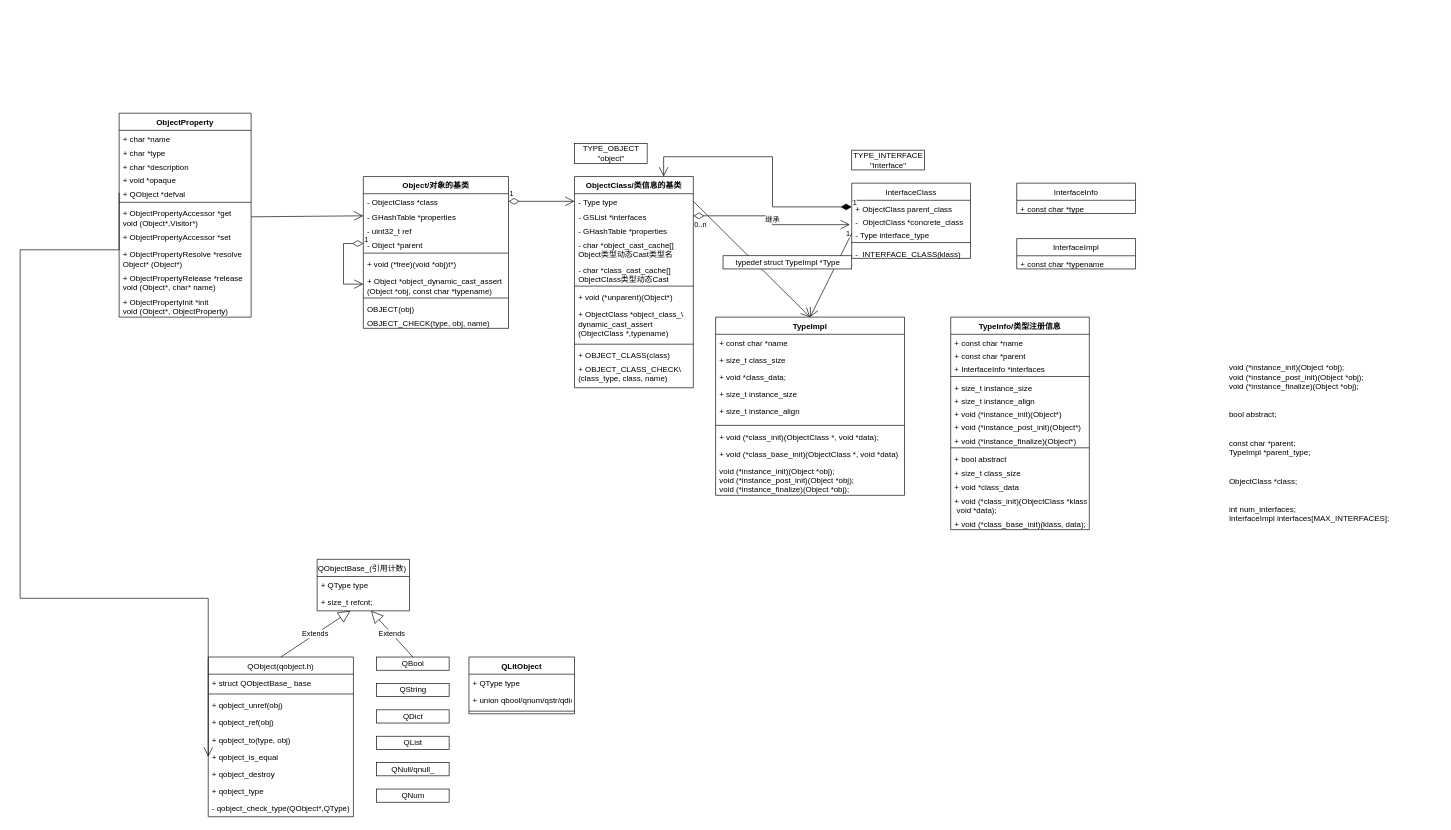
Above: QOM.drawio in youtubezou/A-thinking-in-linux (draw.io), before the change. Source tidied: cells renumbered, new cells numbered last; positions are measured from the earlier drawing's top-left corner, leaving out a move shared by most shapes. Both pictures are drawn from the tidied source at 66%, with x=0, y=0 at pixel (20, 113).
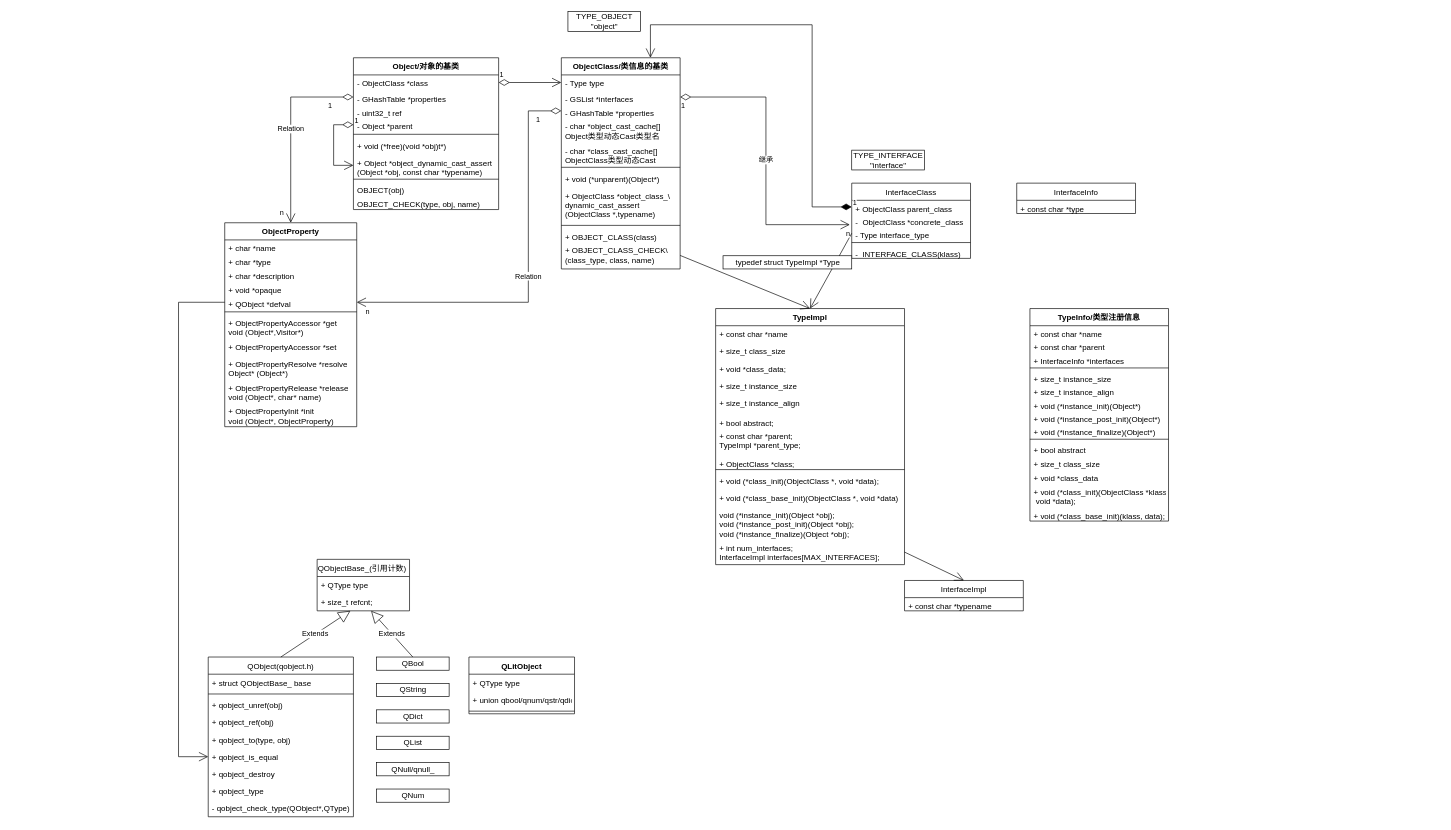
The same page after the edit.

Unchanged cells that the change refers to:
```xml
<mxCell id="3" value="+ ObjectClass parent_class" style="text;strokeColor=none;fillColor=none;align=left;verticalAlign=top;spacingLeft=4;spacingRight=4;overflow=hidden;points=[[0,0.5],[1,0.5]];portConstraint=eastwest;" parent="2" vertex="1">
  <mxGeometry y="26" width="180" height="20" as="geometry" />
</mxCell>
<mxCell id="41" value="+ QObject *defval" style="text;strokeColor=none;fillColor=none;align=left;verticalAlign=top;spacingLeft=4;spacingRight=4;overflow=hidden;points=[[0,0.5],[1,0.5]];portConstraint=eastwest;" parent="36" vertex="1">
  <mxGeometry y="110" width="200" height="21" as="geometry" />
</mxCell>
<mxCell id="43" value="+ ObjectPropertyAccessor *get&#10;void (Object*,Visitor*)" style="text;strokeColor=none;fillColor=none;align=left;verticalAlign=top;spacingLeft=4;spacingRight=4;overflow=hidden;points=[[0,0.5],[1,0.5]];portConstraint=eastwest;" parent="36" vertex="1">
  <mxGeometry y="139" width="200" height="36" as="geometry" />
</mxCell>
<mxCell id="54" value="+ qobject_is_equal" style="text;strokeColor=none;fillColor=none;align=left;verticalAlign=top;spacingLeft=4;spacingRight=4;overflow=hidden;points=[[0,0.5],[1,0.5]];portConstraint=eastwest;" parent="48" vertex="1">
  <mxGeometry y="138" width="220" height="26" as="geometry" />
</mxCell>
<mxCell id="75" value="- Type type" style="text;strokeColor=none;fillColor=none;align=left;verticalAlign=top;spacingLeft=4;spacingRight=4;overflow=hidden;points=[[0,0.5],[1,0.5]];portConstraint=eastwest;" parent="74" vertex="1">
  <mxGeometry y="26" width="180" height="23" as="geometry" />
</mxCell>
<mxCell id="77" value="- GHashTable *properties" style="text;strokeColor=none;fillColor=none;align=left;verticalAlign=top;spacingLeft=4;spacingRight=4;overflow=hidden;points=[[0,0.5],[1,0.5]];portConstraint=eastwest;" parent="74" vertex="1">
  <mxGeometry y="70" width="180" height="21" as="geometry" />
</mxCell>
<mxCell id="85" value="+ OBJECT_CLASS_CHECK\&#10;(class_type, class, name) " style="text;strokeColor=none;fillColor=none;align=left;verticalAlign=top;spacingLeft=4;spacingRight=4;overflow=hidden;points=[[0,0.5],[1,0.5]];portConstraint=eastwest;" parent="74" vertex="1">
  <mxGeometry y="279" width="180" height="41" as="geometry" />
</mxCell>
<mxCell id="88" value="- GHashTable *properties" style="text;strokeColor=none;fillColor=none;align=left;verticalAlign=top;spacingLeft=4;spacingRight=4;overflow=hidden;points=[[0,0.5],[1,0.5]];portConstraint=eastwest;" parent="86" vertex="1">
  <mxGeometry y="49" width="220" height="21" as="geometry" />
</mxCell>
<mxCell id="108" value="继承" style="endArrow=open;html=1;endSize=12;startArrow=diamondThin;startSize=14;startFill=0;edgeStyle=orthogonalEdgeStyle;rounded=0;exitX=1;exitY=0.5;exitDx=0;exitDy=0;entryX=-0.016;entryY=-0.155;entryDx=0;entryDy=0;entryPerimeter=0;" parent="1" edge="1" source="76" target="5">
  <mxGeometry relative="1" as="geometry" />
</mxCell>
```

What changed in the source:
```diff
@@
     <mxCell id="9" value="TypeImpl" style="swimlane;fontStyle=1;align=center;verticalAlign=top;horizontal=1;startSize=26;" parent="1" vertex="1">
-      <mxGeometry x="1053.8" y="309" width="286.2" height="270" as="geometry" />
+      <mxGeometry x="1053.8" y="296" width="286.2" height="388" as="geometry" />
     </mxCell>
@@
+    <mxCell id="112" value="+ bool abstract;" style="text;strokeColor=none;fillColor=none;align=left;verticalAlign=top;spacingLeft=4;spacingRight=4;overflow=hidden;" parent="9" vertex="1">
+      <mxGeometry y="160" width="286.2" height="20" as="geometry" />
+    </mxCell>
+    <mxCell id="113" value="+ const char *parent;&#10;TypeImpl *parent_type;" style="text;strokeColor=none;fillColor=none;align=left;verticalAlign=top;spacingLeft=4;spacingRight=4;overflow=hidden;" parent="9" vertex="1">
+      <mxGeometry y="180" width="286.2" height="42" as="geometry" />
+    </mxCell>
+    <mxCell id="114" value="+ ObjectClass *class;" style="text;strokeColor=none;fillColor=none;align=left;verticalAlign=top;spacingLeft=4;spacingRight=4;overflow=hidden;" parent="9" vertex="1">
+      <mxGeometry y="222" width="286.2" height="18" as="geometry" />
+    </mxCell>
     <mxCell id="15" style="line;strokeWidth=1;fillColor=none;align=left;verticalAlign=middle;spacingTop=-1;spacingLeft=3;spacingRight=3;labelPosition=right;" parent="9" vertex="1">
-      <mxGeometry y="160" width="286.2" height="8" as="geometry" />
+      <mxGeometry y="240" width="286.2" height="8" as="geometry" />
     </mxCell>
     <mxCell id="16" value="+ void (*class_init)(ObjectClass *, void *data);" style="text;strokeColor=none;fillColor=none;align=left;verticalAlign=top;spacingLeft=4;spacingRight=4;overflow=hidden;" parent="9" vertex="1">
-      <mxGeometry y="168" width="286.2" height="26" as="geometry" />
+      <mxGeometry y="248" width="286.2" height="26" as="geometry" />
     </mxCell>
     <mxCell id="17" value="+ void (*class_base_init)(ObjectClass *, void *data)" style="text;strokeColor=none;fillColor=none;align=left;verticalAlign=top;spacingLeft=4;spacingRight=4;overflow=hidden;" parent="9" vertex="1">
-      <mxGeometry y="194" width="286.2" height="26" as="geometry" />
+      <mxGeometry y="274" width="286.2" height="26" as="geometry" />
     </mxCell>
     <mxCell id="18" value="void (*instance_init)(Object *obj);&#10;void (*instance_post_init)(Object *obj);&#10;void (*instance_finalize)(Object *obj);" style="text;strokeColor=none;fillColor=none;align=left;verticalAlign=top;spacingLeft=4;spacingRight=4;overflow=hidden;" parent="9" vertex="1">
-      <mxGeometry y="220" width="286.2" height="50" as="geometry" />
+      <mxGeometry y="300" width="286.2" height="50" as="geometry" />
     </mxCell>
+    <mxCell id="115" value="+ int num_interfaces;&#10;InterfaceImpl interfaces[MAX_INTERFACES];" style="text;strokeColor=none;fillColor=none;align=left;verticalAlign=top;spacingLeft=4;spacingRight=4;overflow=hidden;points=[[0,0.5],[1,0.5]];portConstraint=eastwest;" parent="9" vertex="1">
+      <mxGeometry y="350" width="286.2" height="38" as="geometry" />
+    </mxCell>
     <mxCell id="19" value="TypeInfo/类型注册信息" style="swimlane;fontStyle=1;align=center;verticalAlign=top;horizontal=1;startSize=26;" parent="1" vertex="1">
-      <mxGeometry x="1410" y="309" width="210" height="322" as="geometry" />
+      <mxGeometry x="1530" y="296" width="210" height="322" as="geometry" />
     </mxCell>
@@
     <mxCell id="35" value="TYPE_OBJECT&lt;br&gt;&quot;object&quot;" style="html=1;" parent="1" vertex="1">
-      <mxGeometry x="840" y="46" width="110" height="30" as="geometry" />
+      <mxGeometry x="830" y="-154" width="110" height="30" as="geometry" />
     </mxCell>
     <mxCell id="36" value="ObjectProperty" style="swimlane;fontStyle=1;align=center;verticalAlign=top;horizontal=1;startSize=26;" parent="1" vertex="1">
-      <mxGeometry x="150" width="200" height="309" as="geometry" />
+      <mxGeometry x="310" y="166" width="200" height="309" as="geometry" />
     </mxCell>
@@
     <mxCell id="73" style="endArrow=open;endFill=1;endSize=12;html=1;rounded=0;entryX=0;entryY=0.5;entryDx=0;entryDy=0;edgeStyle=orthogonalEdgeStyle;exitX=0;exitY=0.5;exitDx=0;exitDy=0;" parent="1" edge="1" source="41" target="54">
       <mxGeometry relative="1" as="geometry">
         <Array as="points">
-          <mxPoint y="207" />
-          <mxPoint y="735" />
+          <mxPoint x="240" y="287" />
+          <mxPoint x="240" y="975" />
         </Array>
       </mxGeometry>
     </mxCell>
     <mxCell id="74" value="ObjectClass/类信息的基类" style="swimlane;fontStyle=1;align=center;verticalAlign=top;horizontal=1;startSize=26;" parent="1" vertex="1">
-      <mxGeometry x="840" y="96" width="180" height="320" as="geometry" />
+      <mxGeometry x="820" y="-84" width="180" height="320" as="geometry" />
     </mxCell>
@@
     <mxCell id="86" value="Object/对象的基类" style="swimlane;fontStyle=1;align=center;verticalAlign=top;horizontal=1;startSize=26;" parent="1" vertex="1">
-      <mxGeometry x="520" y="96" width="220" height="230" as="geometry" />
+      <mxGeometry x="505" y="-84" width="220" height="230" as="geometry" />
     </mxCell>
@@
-    <mxCell id="101" style="endArrow=open;endFill=1;endSize=12;html=1;rounded=0;exitX=1;exitY=0.5;exitDx=0;exitDy=0;entryX=0;entryY=0.5;entryDx=0;entryDy=0;" parent="1" edge="1" source="43" target="88">
-      <mxGeometry relative="1" as="geometry" />
-    </mxCell>
-    <mxCell id="102" style="endArrow=open;endFill=1;endSize=12;html=1;rounded=0;exitX=1;exitY=0.5;exitDx=0;exitDy=0;entryX=0.5;entryY=0;entryDx=0;entryDy=0;" parent="1" edge="1" source="75" target="9">
+    <mxCell id="102" style="endArrow=open;endFill=1;endSize=12;html=1;rounded=0;exitX=1;exitY=0.5;exitDx=0;exitDy=0;entryX=0.5;entryY=0;entryDx=0;entryDy=0;" parent="1" edge="1" source="85" target="9">
       <mxGeometry relative="1" as="geometry" />
     </mxCell>
@@
     <mxCell id="105" value="1" style="endArrow=open;html=1;endSize=12;startArrow=diamondThin;startSize=14;startFill=1;edgeStyle=orthogonalEdgeStyle;align=left;verticalAlign=bottom;rounded=0;entryX=0.75;entryY=0;entryDx=0;entryDy=0;exitX=0;exitY=0.5;exitDx=0;exitDy=0;" parent="1" edge="1" source="3" target="74">
       <mxGeometry x="-1" y="3" relative="1" as="geometry">
         <Array as="points">
-          <mxPoint x="1140" y="142" />
-          <mxPoint x="1140" y="66" />
-          <mxPoint x="975" y="66" />
+          <mxPoint x="1200" y="142" />
+          <mxPoint x="1200" y="-134" />
+          <mxPoint x="955" y="-134" />
         </Array>
       </mxGeometry>
     </mxCell>
     <mxCell id="106" value="InterfaceImpl" style="swimlane;fontStyle=0;horizontal=1;startSize=26;fillColor=none;" parent="1" vertex="1">
-      <mxGeometry x="1510" y="190" width="180" height="46" as="geometry" />
+      <mxGeometry x="1340" y="708" width="180" height="46" as="geometry" />
     </mxCell>
@@
-    <mxCell id="109" value="0..n" style="edgeLabel;html=1;align=left;verticalAlign=top;" parent="108" vertex="1">
+    <mxCell id="109" value="1" style="edgeLabel;html=1;align=left;verticalAlign=top;" parent="108" vertex="1">
       <mxGeometry x="-1" relative="1" as="geometry" />
     </mxCell>
-    <mxCell id="110" value="1" style="edgeLabel;html=1;align=right;verticalAlign=top;" parent="108" vertex="1">
+    <mxCell id="110" value="n" style="edgeLabel;html=1;align=right;verticalAlign=top;" parent="108" vertex="1">
       <mxGeometry x="1" relative="1" as="geometry" />
     </mxCell>
-    <mxCell id="111" value="&lt;br&gt;&lt;br&gt;&lt;br&gt;&lt;br&gt;&lt;br&gt;&lt;br&gt;&lt;br&gt;&lt;br&gt;void (*instance_init)(Object *obj);&lt;br&gt;void (*instance_post_init)(Object *obj);&lt;br&gt;void (*instance_finalize)(Object *obj);&lt;br&gt;&lt;br&gt;&lt;br&gt;bool abstract;&lt;br&gt;&lt;br&gt;&lt;br&gt;const char *parent;&lt;br&gt;TypeImpl *parent_type;&lt;br&gt;&lt;br&gt;&lt;br&gt;ObjectClass *class;&lt;br&gt;&lt;br&gt;&lt;br&gt;int num_interfaces;&lt;br&gt;InterfaceImpl interfaces[MAX_INTERFACES];" style="text;whiteSpace=wrap;html=1;" parent="1" vertex="1">
-      <mxGeometry x="1830" y="256" width="320" height="490" as="geometry" />
-    </mxCell>
+    <mxCell id="116" value="Relation" style="endArrow=open;html=1;endSize=12;startArrow=diamondThin;startSize=14;startFill=0;edgeStyle=orthogonalEdgeStyle;rounded=0;exitX=0;exitY=0.5;exitDx=0;exitDy=0;entryX=1;entryY=0.5;entryDx=0;entryDy=0;" parent="1" edge="1" source="77" target="41">
+      <mxGeometry relative="1" as="geometry">
+        <Array as="points">
+          <mxPoint x="770" y="-3" />
+          <mxPoint x="770" y="287" />
+        </Array>
+      </mxGeometry>
+    </mxCell>
+    <mxCell id="117" value="1" style="edgeLabel;html=1;align=left;verticalAlign=top;" parent="116" vertex="1">
+      <mxGeometry x="-1" relative="1" as="geometry">
+        <mxPoint x="-40" as="offset" />
+      </mxGeometry>
+    </mxCell>
+    <mxCell id="118" value="n" style="edgeLabel;html=1;align=right;verticalAlign=top;" parent="116" vertex="1">
+      <mxGeometry x="1" relative="1" as="geometry">
+        <mxPoint x="20" as="offset" />
+      </mxGeometry>
+    </mxCell>
+    <mxCell id="119" value="Relation" style="endArrow=open;html=1;endSize=12;startArrow=diamondThin;startSize=14;startFill=0;edgeStyle=orthogonalEdgeStyle;rounded=0;entryX=0.5;entryY=0;entryDx=0;entryDy=0;" parent="1" edge="1" source="88" target="36">
+      <mxGeometry relative="1" as="geometry" />
+    </mxCell>
+    <mxCell id="120" value="1" style="edgeLabel;html=1;align=left;verticalAlign=top;" parent="119" vertex="1">
+      <mxGeometry x="-1" relative="1" as="geometry">
+        <mxPoint x="-40" as="offset" />
+      </mxGeometry>
+    </mxCell>
+    <mxCell id="121" value="n" style="edgeLabel;html=1;align=right;verticalAlign=top;" parent="119" vertex="1">
+      <mxGeometry x="1" relative="1" as="geometry">
+        <mxPoint x="-10" y="-30" as="offset" />
+      </mxGeometry>
+    </mxCell>
+    <mxCell id="122" style="endArrow=open;endFill=1;endSize=12;html=1;rounded=0;exitX=1;exitY=0.5;exitDx=0;exitDy=0;entryX=0.5;entryY=0;entryDx=0;entryDy=0;" parent="1" edge="1" source="115" target="106">
+      <mxGeometry relative="1" as="geometry" />
+    </mxCell>
```
